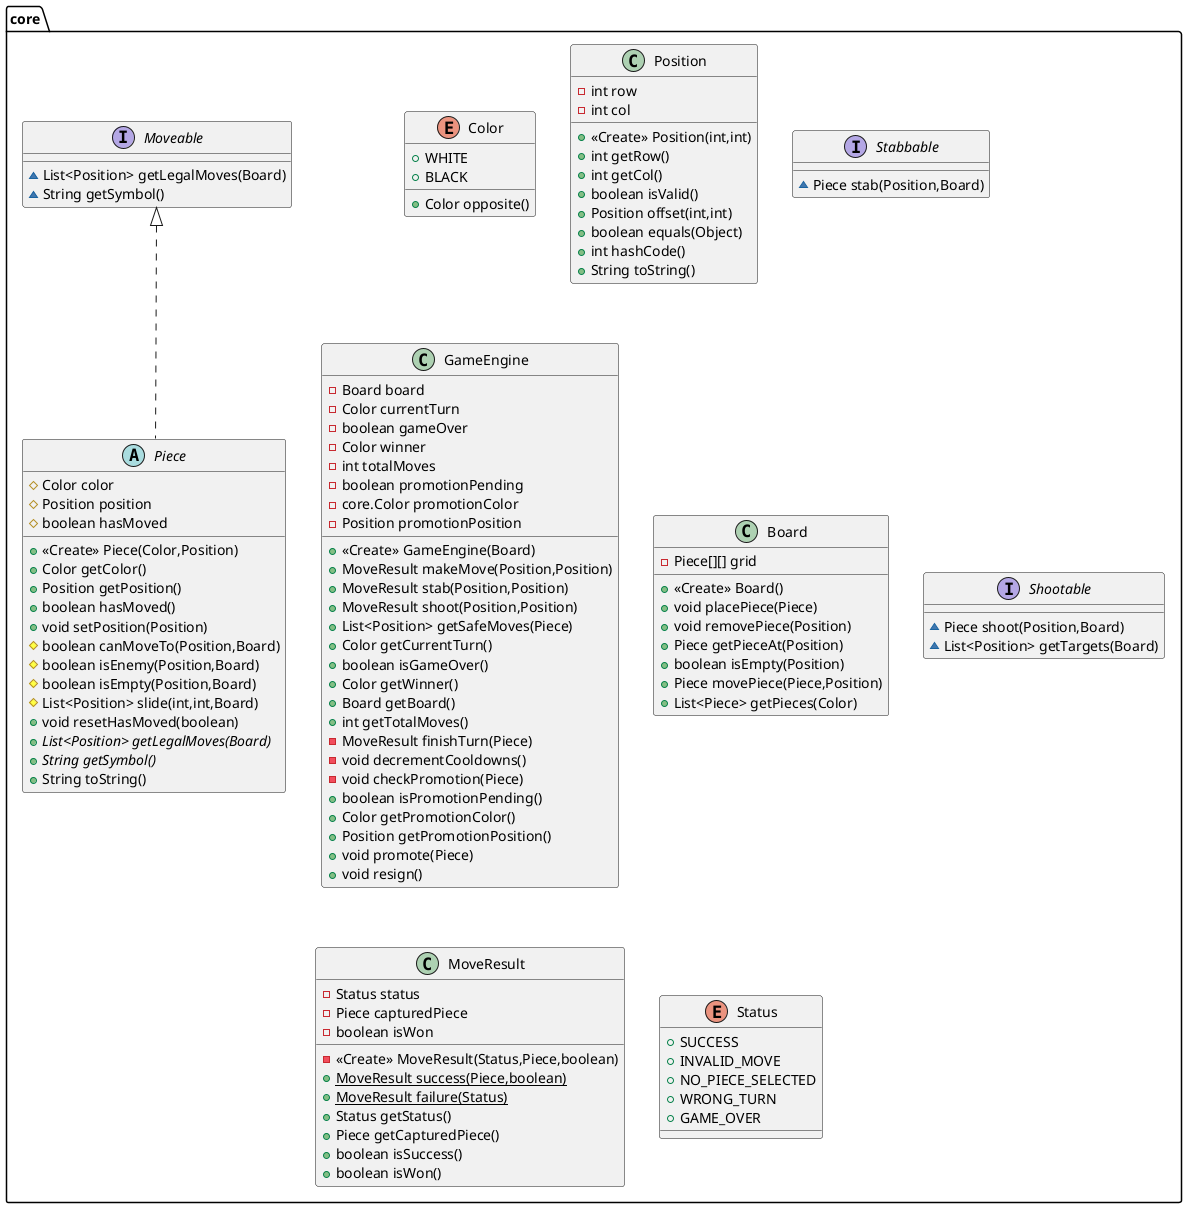
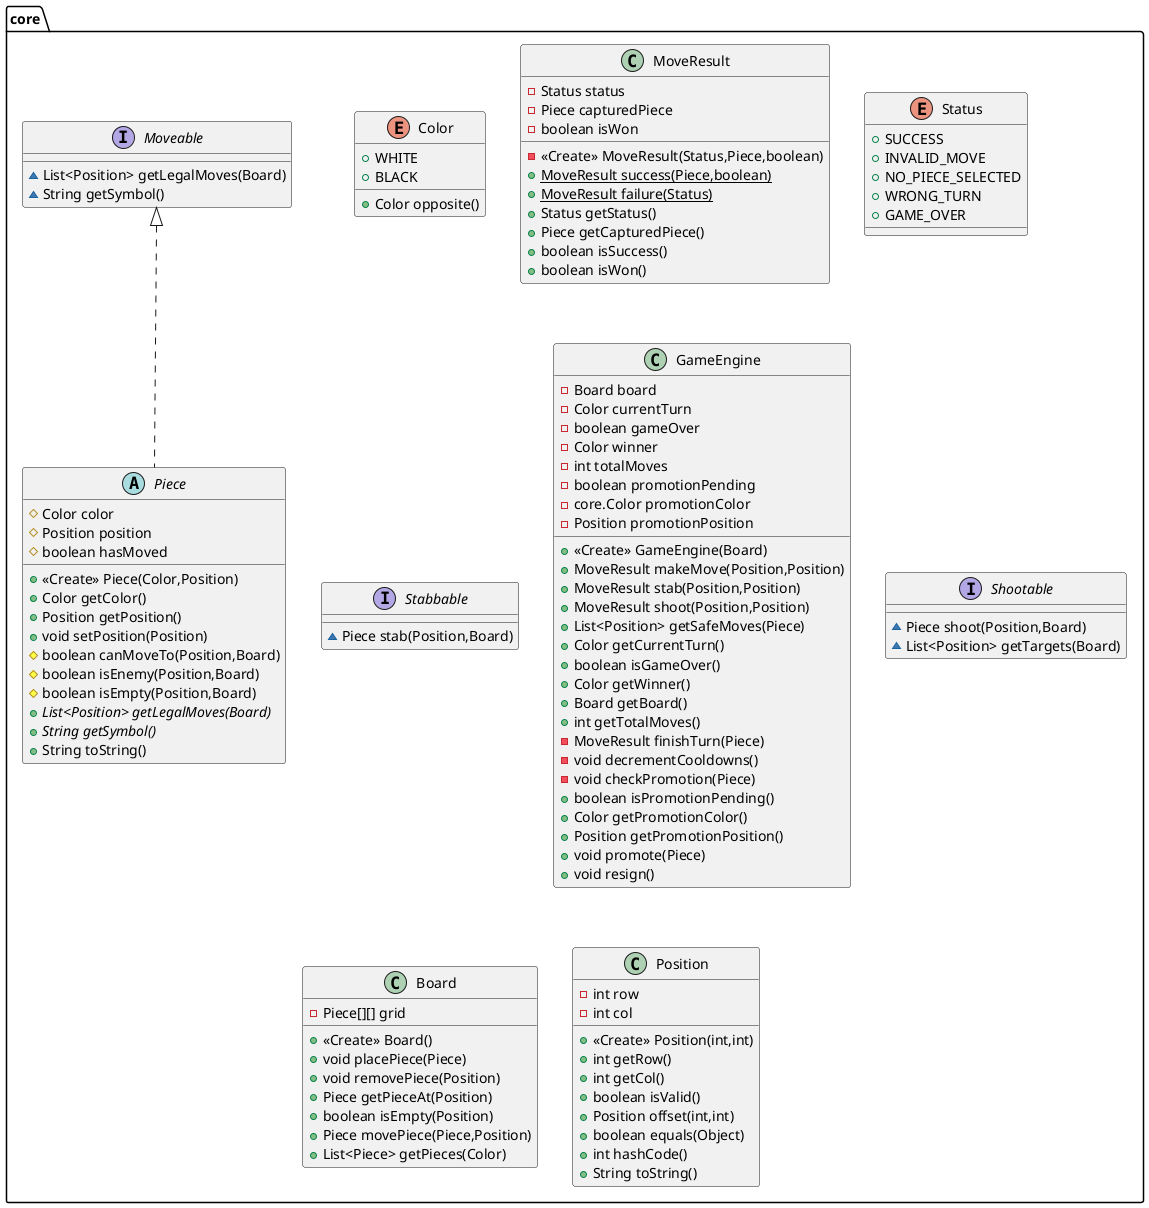
@startuml
enum core.Color {
+  WHITE
+  BLACK
+ Color opposite()
}


- class core.Position {
- - int row
- - int col
- + <<Create>> Position(int,int)
- + int getRow()
- + int getCol()
- + boolean isValid()
- + Position offset(int,int)
- + boolean equals(Object)
- + int hashCode()
- + String toString()
+ interface core.Moveable {
+ ~ List<Position> getLegalMoves(Board)
+ ~ String getSymbol()
}

+ class core.MoveResult {
+ - Status status
+ - Piece capturedPiece
+ - boolean isWon
+ - <<Create>> MoveResult(Status,Piece,boolean)
+ + {static} MoveResult success(Piece,boolean)
+ + {static} MoveResult failure(Status)
+ + Status getStatus()
+ + Piece getCapturedPiece()
+ + boolean isSuccess()
+ + boolean isWon()
+ }
+ 
+ 
+ enum core.Status {
+ +  SUCCESS
+ +  INVALID_MOVE
+ +  NO_PIECE_SELECTED
+ +  WRONG_TURN
+ +  GAME_OVER
+ }

interface core.Stabbable {
~ Piece stab(Position,Board)
}
- 
- abstract class core.Piece {
- # Color color
- # Position position
- # boolean hasMoved
- + <<Create>> Piece(Color,Position)
- + Color getColor()
- + Position getPosition()
- + boolean hasMoved()
- + void setPosition(Position)
- # boolean canMoveTo(Position,Board)
- # boolean isEnemy(Position,Board)
- # boolean isEmpty(Position,Board)
- # List<Position> slide(int,int,Board)
- + void resetHasMoved(boolean)
- + {abstract}List<Position> getLegalMoves(Board)
- + {abstract}String getSymbol()
- + String toString()
- }
- 

class core.GameEngine {
- Board board
- Color currentTurn
- boolean gameOver
- Color winner
- int totalMoves
- boolean promotionPending
- core.Color promotionColor
- Position promotionPosition
+ <<Create>> GameEngine(Board)
+ MoveResult makeMove(Position,Position)
+ MoveResult stab(Position,Position)
+ MoveResult shoot(Position,Position)
+ List<Position> getSafeMoves(Piece)
+ Color getCurrentTurn()
+ boolean isGameOver()
+ Color getWinner()
+ Board getBoard()
+ int getTotalMoves()
- MoveResult finishTurn(Piece)
- void decrementCooldowns()
- void checkPromotion(Piece)
+ boolean isPromotionPending()
+ Color getPromotionColor()
+ Position getPromotionPosition()
+ void promote(Piece)
+ void resign()
}


- interface core.Moveable {
- ~ List<Position> getLegalMoves(Board)
- ~ String getSymbol()
+ abstract class core.Piece {
+ # Color color
+ # Position position
+ # boolean hasMoved
+ + <<Create>> Piece(Color,Position)
+ + Color getColor()
+ + Position getPosition()
+ + void setPosition(Position)
+ # boolean canMoveTo(Position,Board)
+ # boolean isEnemy(Position,Board)
+ # boolean isEmpty(Position,Board)
+ + {abstract}List<Position> getLegalMoves(Board)
+ + {abstract}String getSymbol()
+ + String toString()
+ }
+ 
+ 
+ interface core.Shootable {
+ ~ Piece shoot(Position,Board)
+ ~ List<Position> getTargets(Board)
}

class core.Board {
- Piece[][] grid
+ <<Create>> Board()
+ void placePiece(Piece)
+ void removePiece(Position)
+ Piece getPieceAt(Position)
+ boolean isEmpty(Position)
+ Piece movePiece(Piece,Position)
+ List<Piece> getPieces(Color)
}


- interface core.Shootable {
- ~ Piece shoot(Position,Board)
- ~ List<Position> getTargets(Board)
+ class core.Position {
+ - int row
+ - int col
+ + <<Create>> Position(int,int)
+ + int getRow()
+ + int getCol()
+ + boolean isValid()
+ + Position offset(int,int)
+ + boolean equals(Object)
+ + int hashCode()
+ + String toString()
}

- class core.MoveResult {
- - Status status
- - Piece capturedPiece
- - boolean isWon
- - <<Create>> MoveResult(Status,Piece,boolean)
- + {static} MoveResult success(Piece,boolean)
- + {static} MoveResult failure(Status)
- + Status getStatus()
- + Piece getCapturedPiece()
- + boolean isSuccess()
- + boolean isWon()
- }
- 
- 
- enum core.Status {
- +  SUCCESS
- +  INVALID_MOVE
- +  NO_PIECE_SELECTED
- +  WRONG_TURN
- +  GAME_OVER
- }



core.Moveable <|.. core.Piece
@enduml